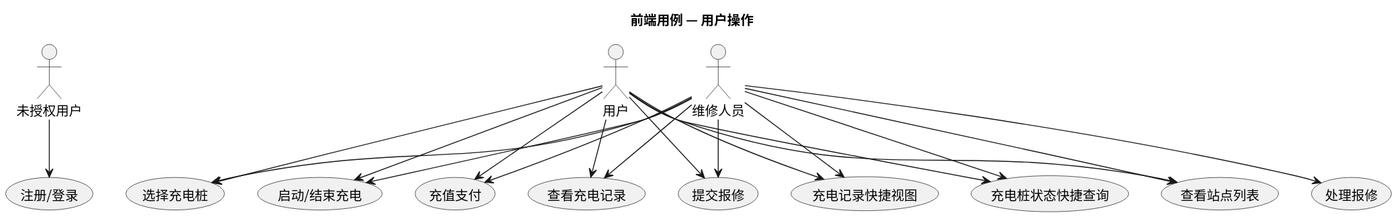
Earlier version of the PlantUML export usecase/docs/frontend/img/frontend_usecases.svg (greenhandzdl/charging-station-doc).
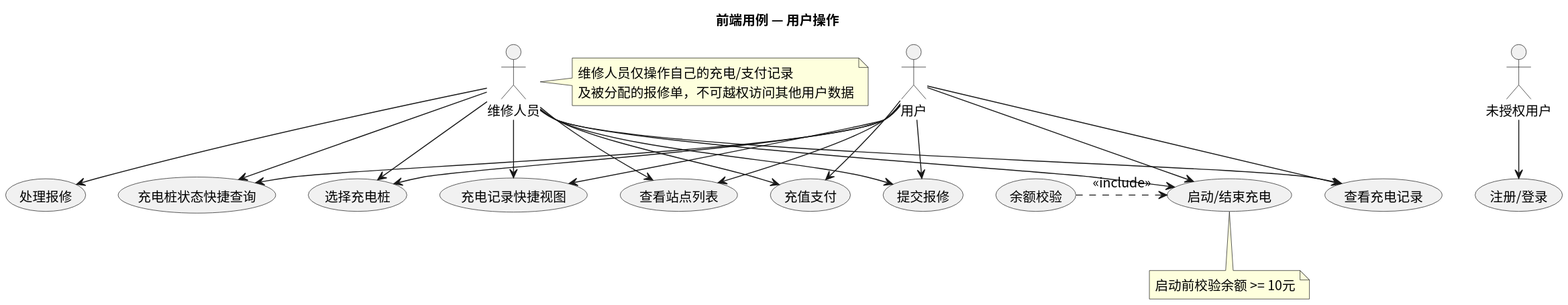
The same diagram one commit later.

Change to the diagram source:
```diff
@@ -11,6 +11,7 @@
 usecase "注册/登录" as LOG
 usecase "查看站点列表" as VSL
 usecase "选择充电桩" as SC
+usecase "余额校验" as BC
 usecase "启动/结束充电" as CS
 usecase "充值支付" as PAY
 usecase "查看充电记录" as VCR
@@ -35,6 +36,9 @@
 M --> VCR
 M --> SRT
 M --> HR
+note right of M : 维修人员仅操作自己的充电/支付记录\n及被分配的报修单，不可越权访问其他用户数据
+CS <.left. BC : <<include>>
+note bottom of CS : 启动前校验余额 >= 10元
 M --> QV
 M --> QC
 @enduml
```
